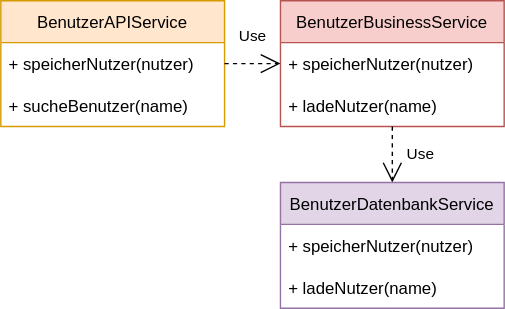
Before: tex/img/VorDIP.svg, a diagram exported from draw.io (xThale/Seminararbeit). Source tidied: cells renumbered, new cells last; positions are measured from the earlier drawing's top-left corner, leaving out a move shared by most shapes. Its diagram source:
```xml
<mxGraphModel>
  <root>
    <mxCell id="0" />
    <mxCell id="1" parent="0" />
    <mxCell id="2" value="BenutzerAPIService" style="swimlane;fontStyle=0;horizontal=1;startSize=30;fillColor=#ffe6cc;strokeColor=#d79b00;" parent="1" vertex="1">
      <mxGeometry width="160" height="90" as="geometry" />
    </mxCell>
    <mxCell id="3" value="+ speicherNutzer(nutzer)" style="text;strokeColor=none;fillColor=none;align=left;verticalAlign=middle;spacingLeft=4;spacingRight=4;overflow=hidden;" parent="2" vertex="1">
      <mxGeometry y="30" width="160" height="30" as="geometry" />
    </mxCell>
    <mxCell id="4" value="+ sucheBenutzer(name)" style="text;strokeColor=none;fillColor=none;align=left;verticalAlign=middle;spacingLeft=4;spacingRight=4;overflow=hidden;" parent="2" vertex="1">
      <mxGeometry y="60" width="160" height="30" as="geometry" />
    </mxCell>
    <mxCell id="5" value="BenutzerBusinessService" style="swimlane;fontStyle=0;horizontal=1;startSize=30;fillColor=#f8cecc;strokeColor=#b85450;" parent="1" vertex="1">
      <mxGeometry x="200" width="160" height="90" as="geometry" />
    </mxCell>
    <mxCell id="6" value="+ speicherNutzer(nutzer)" style="text;strokeColor=none;fillColor=none;align=left;verticalAlign=middle;spacingLeft=4;spacingRight=4;overflow=hidden;" parent="5" vertex="1">
      <mxGeometry y="30" width="160" height="30" as="geometry" />
    </mxCell>
    <mxCell id="7" value="+ ladeNutzer(name)" style="text;strokeColor=none;fillColor=none;align=left;verticalAlign=middle;spacingLeft=4;spacingRight=4;overflow=hidden;" parent="5" vertex="1">
      <mxGeometry y="60" width="160" height="30" as="geometry" />
    </mxCell>
    <mxCell id="8" value="Use" style="endArrow=open;endSize=12;dashed=1;html=1;rounded=0;edgeStyle=orthogonalEdgeStyle;exitX=1;exitY=0.5;exitDx=0;exitDy=0;entryX=0;entryY=0.5;entryDx=0;entryDy=0;" parent="1" edge="1" source="2" target="5">
      <mxGeometry y="20" relative="1" as="geometry" />
    </mxCell>
    <mxCell id="9" value="Use" style="endArrow=open;endSize=12;dashed=1;html=1;rounded=0;edgeStyle=orthogonalEdgeStyle;entryX=0.5;entryY=0;entryDx=0;entryDy=0;exitX=0.5;exitY=1;exitDx=0;exitDy=0;" parent="1" edge="1" source="5" target="10">
      <mxGeometry y="20" relative="1" as="geometry" />
    </mxCell>
    <mxCell id="10" value="BenutzerDatenbankService" style="swimlane;fontStyle=0;horizontal=1;startSize=30;fillColor=#e1d5e7;strokeColor=#9673a6;" parent="1" vertex="1">
      <mxGeometry x="200" y="130" width="160" height="90" as="geometry" />
    </mxCell>
    <mxCell id="11" value="+ speicherNutzer(nutzer)" style="text;strokeColor=none;fillColor=none;align=left;verticalAlign=middle;spacingLeft=4;spacingRight=4;overflow=hidden;" parent="10" vertex="1">
      <mxGeometry y="30" width="160" height="30" as="geometry" />
    </mxCell>
    <mxCell id="12" value="+ ladeNutzer(name)" style="text;strokeColor=none;fillColor=none;align=left;verticalAlign=middle;spacingLeft=4;spacingRight=4;overflow=hidden;" parent="10" vertex="1">
      <mxGeometry y="60" width="160" height="30" as="geometry" />
    </mxCell>
  </root>
</mxGraphModel>
```
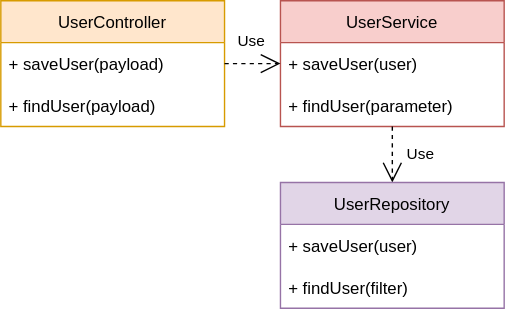
The same diagram one commit later.

The edit, as a diff of the source:
```diff
@@ -2,37 +2,37 @@
   <root>
     <mxCell id="0" />
     <mxCell id="1" parent="0" />
-    <mxCell id="2" value="BenutzerAPIService" style="swimlane;fontStyle=0;horizontal=1;startSize=30;fillColor=#ffe6cc;strokeColor=#d79b00;" parent="1" vertex="1">
+    <mxCell id="2" value="UserController" style="swimlane;fontStyle=0;horizontal=1;startSize=30;fillColor=#ffe6cc;strokeColor=#d79b00;" parent="1" vertex="1">
       <mxGeometry width="160" height="90" as="geometry" />
     </mxCell>
-    <mxCell id="3" value="+ speicherNutzer(nutzer)" style="text;strokeColor=none;fillColor=none;align=left;verticalAlign=middle;spacingLeft=4;spacingRight=4;overflow=hidden;" parent="2" vertex="1">
+    <mxCell id="3" value="+ saveUser(payload)" style="text;strokeColor=none;fillColor=none;align=left;verticalAlign=middle;spacingLeft=4;spacingRight=4;overflow=hidden;" parent="2" vertex="1">
       <mxGeometry y="30" width="160" height="30" as="geometry" />
     </mxCell>
-    <mxCell id="4" value="+ sucheBenutzer(name)" style="text;strokeColor=none;fillColor=none;align=left;verticalAlign=middle;spacingLeft=4;spacingRight=4;overflow=hidden;" parent="2" vertex="1">
+    <mxCell id="4" value="+ findUser(payload)" style="text;strokeColor=none;fillColor=none;align=left;verticalAlign=middle;spacingLeft=4;spacingRight=4;overflow=hidden;" parent="2" vertex="1">
       <mxGeometry y="60" width="160" height="30" as="geometry" />
     </mxCell>
-    <mxCell id="5" value="BenutzerBusinessService" style="swimlane;fontStyle=0;horizontal=1;startSize=30;fillColor=#f8cecc;strokeColor=#b85450;" parent="1" vertex="1">
+    <mxCell id="5" value="UserService" style="swimlane;fontStyle=0;horizontal=1;startSize=30;fillColor=#f8cecc;strokeColor=#b85450;" parent="1" vertex="1">
       <mxGeometry x="200" width="160" height="90" as="geometry" />
     </mxCell>
-    <mxCell id="6" value="+ speicherNutzer(nutzer)" style="text;strokeColor=none;fillColor=none;align=left;verticalAlign=middle;spacingLeft=4;spacingRight=4;overflow=hidden;" parent="5" vertex="1">
+    <mxCell id="6" value="+ saveUser(user)" style="text;strokeColor=none;fillColor=none;align=left;verticalAlign=middle;spacingLeft=4;spacingRight=4;overflow=hidden;" parent="5" vertex="1">
       <mxGeometry y="30" width="160" height="30" as="geometry" />
     </mxCell>
-    <mxCell id="7" value="+ ladeNutzer(name)" style="text;strokeColor=none;fillColor=none;align=left;verticalAlign=middle;spacingLeft=4;spacingRight=4;overflow=hidden;" parent="5" vertex="1">
+    <mxCell id="7" value="+ findUser(parameter)" style="text;strokeColor=none;fillColor=none;align=left;verticalAlign=middle;spacingLeft=4;spacingRight=4;overflow=hidden;" parent="5" vertex="1">
       <mxGeometry y="60" width="160" height="30" as="geometry" />
     </mxCell>
     <mxCell id="8" value="Use" style="endArrow=open;endSize=12;dashed=1;html=1;rounded=0;edgeStyle=orthogonalEdgeStyle;exitX=1;exitY=0.5;exitDx=0;exitDy=0;entryX=0;entryY=0.5;entryDx=0;entryDy=0;" parent="1" edge="1" source="2" target="5">
-      <mxGeometry y="20" relative="1" as="geometry" />
+      <mxGeometry x="-0.05" y="16" relative="1" as="geometry" />
     </mxCell>
     <mxCell id="9" value="Use" style="endArrow=open;endSize=12;dashed=1;html=1;rounded=0;edgeStyle=orthogonalEdgeStyle;entryX=0.5;entryY=0;entryDx=0;entryDy=0;exitX=0.5;exitY=1;exitDx=0;exitDy=0;" parent="1" edge="1" source="5" target="10">
       <mxGeometry y="20" relative="1" as="geometry" />
     </mxCell>
-    <mxCell id="10" value="BenutzerDatenbankService" style="swimlane;fontStyle=0;horizontal=1;startSize=30;fillColor=#e1d5e7;strokeColor=#9673a6;" parent="1" vertex="1">
+    <mxCell id="10" value="UserRepository" style="swimlane;fontStyle=0;horizontal=1;startSize=30;fillColor=#e1d5e7;strokeColor=#9673a6;" parent="1" vertex="1">
       <mxGeometry x="200" y="130" width="160" height="90" as="geometry" />
     </mxCell>
-    <mxCell id="11" value="+ speicherNutzer(nutzer)" style="text;strokeColor=none;fillColor=none;align=left;verticalAlign=middle;spacingLeft=4;spacingRight=4;overflow=hidden;" parent="10" vertex="1">
+    <mxCell id="11" value="+ saveUser(user)" style="text;strokeColor=none;fillColor=none;align=left;verticalAlign=middle;spacingLeft=4;spacingRight=4;overflow=hidden;" parent="10" vertex="1">
       <mxGeometry y="30" width="160" height="30" as="geometry" />
     </mxCell>
-    <mxCell id="12" value="+ ladeNutzer(name)" style="text;strokeColor=none;fillColor=none;align=left;verticalAlign=middle;spacingLeft=4;spacingRight=4;overflow=hidden;" parent="10" vertex="1">
+    <mxCell id="12" value="+ findUser(filter)" style="text;strokeColor=none;fillColor=none;align=left;verticalAlign=middle;spacingLeft=4;spacingRight=4;overflow=hidden;" parent="10" vertex="1">
       <mxGeometry y="60" width="160" height="30" as="geometry" />
     </mxCell>
   </root>
```
